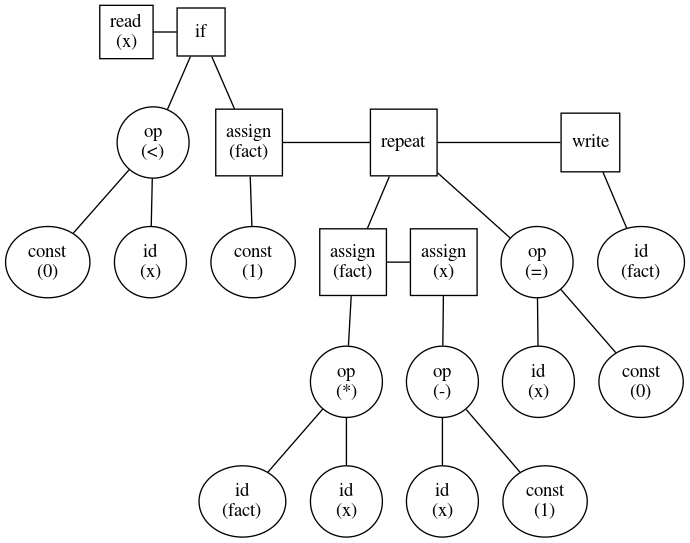
This is test.gv.png from alien19/TinyLanguageCompiler, a Graphviz export, as it was before one commit. Its source is kept beside it as test.gv.
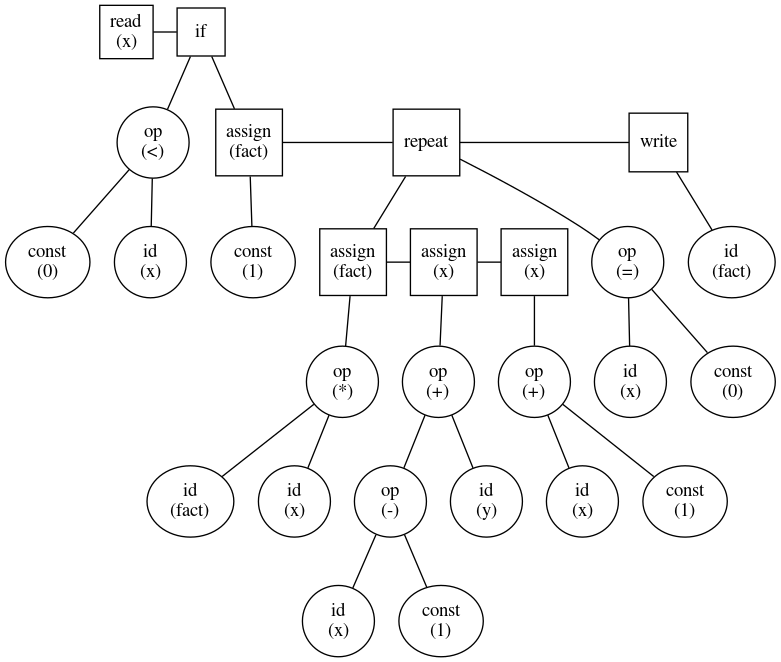
The same diagram one commit later.

Change to the diagram source:
```diff
@@ -1,84 +1,108 @@
-graph {
-0 -- 20;
-20 -- 2;
-2 -- 1;
-2 -- 3;
-20 -- 5;
-5 -- 4;
-5 -- 17;
-17 -- 9;
-9 -- 7;
-7 -- 6;
-7 -- 8;
-9 -- 13;
-13 -- 11;
-11 -- 10;
-11 -- 12;
-17 -- 15;
-15 -- 14;
-15 -- 16;
-17 -- 19;
-19 -- 18;
+    graph {
+    67 -- 93;
+93 -- 69;
+69 -- 68;
+69 -- 70;
+93 -- 72;
+72 -- 71;
+72 -- 90;
+90 -- 76;
+76 -- 74;
+74 -- 73;
+74 -- 75;
+76 -- 82;
+82 -- 80;
+80 -- 78;
+78 -- 77;
+78 -- 79;
+80 -- 81;
+82 -- 86;
+86 -- 84;
+84 -- 83;
+84 -- 85;
+90 -- 88;
+88 -- 87;
+88 -- 89;
+90 -- 92;
+92 -- 91;
 
-{rank=same;0 ,20}
-{rank=same;2 ,5 ,17 ,19}
-{rank=same;1 ,3 ,4 ,9 ,13 ,15 ,18}
-{rank=same;7 ,11 ,14 ,16}
-{rank=same;6 ,8 ,10 ,12}
+    {rank=same;67 ,93}
+{rank=same;69 ,72 ,90 ,92}
+{rank=same;68 ,70 ,71 ,76 ,82 ,86 ,88 ,91}
+{rank=same;74 ,80 ,84 ,87 ,89}
+{rank=same;73 ,75 ,78 ,81 ,83 ,85}
+{rank=same;77 ,79}
 
-2 -- 5 [ style=invis ]
-1 -- 3 [ style=invis ]
-3 -- 4 [ style=invis ]
-4 -- 9 [ style=invis ]
-13 -- 15 [ style=invis ]
-15 -- 18 [ style=invis ]
-7 -- 11 [ style=invis ]
-11 -- 14 [ style=invis ]
-14 -- 16 [ style=invis ]
-6 -- 8 [ style=invis ]
-8 -- 10 [ style=invis ]
-10 -- 12 [ style=invis ]
+    69 -- 72 [ style=invis ]
+68 -- 70 [ style=invis ]
+70 -- 71 [ style=invis ]
+71 -- 76 [ style=invis ]
+86 -- 88 [ style=invis ]
+88 -- 91 [ style=invis ]
+74 -- 80 [ style=invis ]
+80 -- 84 [ style=invis ]
+84 -- 87 [ style=invis ]
+87 -- 89 [ style=invis ]
+73 -- 75 [ style=invis ]
+75 -- 78 [ style=invis ]
+78 -- 81 [ style=invis ]
+81 -- 83 [ style=invis ]
+83 -- 85 [ style=invis ]
+77 -- 79 [ style=invis ]
 
-    {
-	0 [shape="square" label="read
+        {
+    	67 [shape="square" label="read
 (x)"]
-	20 [shape="square" label="if"]
-	5 [shape="square" label="assign
+	93 [shape="square" label="if"]
+	72 [shape="square" label="assign
 (fact)"]
-	17 [shape="square" label="repeat"]
-	9 [shape="square" label="assign
+	90 [shape="square" label="repeat"]
+	76 [shape="square" label="assign
 (fact)"]
-	13 [shape="square" label="assign
+	82 [shape="square" label="assign
 (x)"]
-	19 [shape="square" label="write"]
-	2 [shape="ellipse" label="op
+	86 [shape="square" label="assign
+(x)"]
+	92 [shape="square" label="write"]
+	69 [shape="ellipse" label="op
 (<)"]
-	1 [shape="ellipse" label="const
+	68 [shape="ellipse" label="const
 (0)"]
-	3 [shape="ellipse" label="id
+	70 [shape="ellipse" label="id
 (x)"]
-	4 [shape="ellipse" label="const
+	71 [shape="ellipse" label="const
 (1)"]
-	7 [shape="ellipse" label="op
+	74 [shape="ellipse" label="op
 (*)"]
-	6 [shape="ellipse" label="id
+	73 [shape="ellipse" label="id
 (fact)"]
-	8 [shape="ellipse" label="id
+	75 [shape="ellipse" label="id
 (x)"]
-	11 [shape="ellipse" label="op
+	80 [shape="ellipse" label="op
+(+)"]
+	78 [shape="ellipse" label="op
 (-)"]
-	10 [shape="ellipse" label="id
+	77 [shape="ellipse" label="id
 (x)"]
-	12 [shape="ellipse" label="const
+	79 [shape="ellipse" label="const
 (1)"]
-	15 [shape="ellipse" label="op
+	81 [shape="ellipse" label="id
+(y)"]
+	84 [shape="ellipse" label="op
+(+)"]
+	83 [shape="ellipse" label="id
+(x)"]
+	85 [shape="ellipse" label="const
+(1)"]
+	88 [shape="ellipse" label="op
 (=)"]
-	14 [shape="ellipse" label="id
+	87 [shape="ellipse" label="id
 (x)"]
-	16 [shape="ellipse" label="const
+	89 [shape="ellipse" label="const
 (0)"]
-	18 [shape="ellipse" label="id
+	91 [shape="ellipse" label="id
 (fact)"]
 
+        }
     }
-}
+
```
